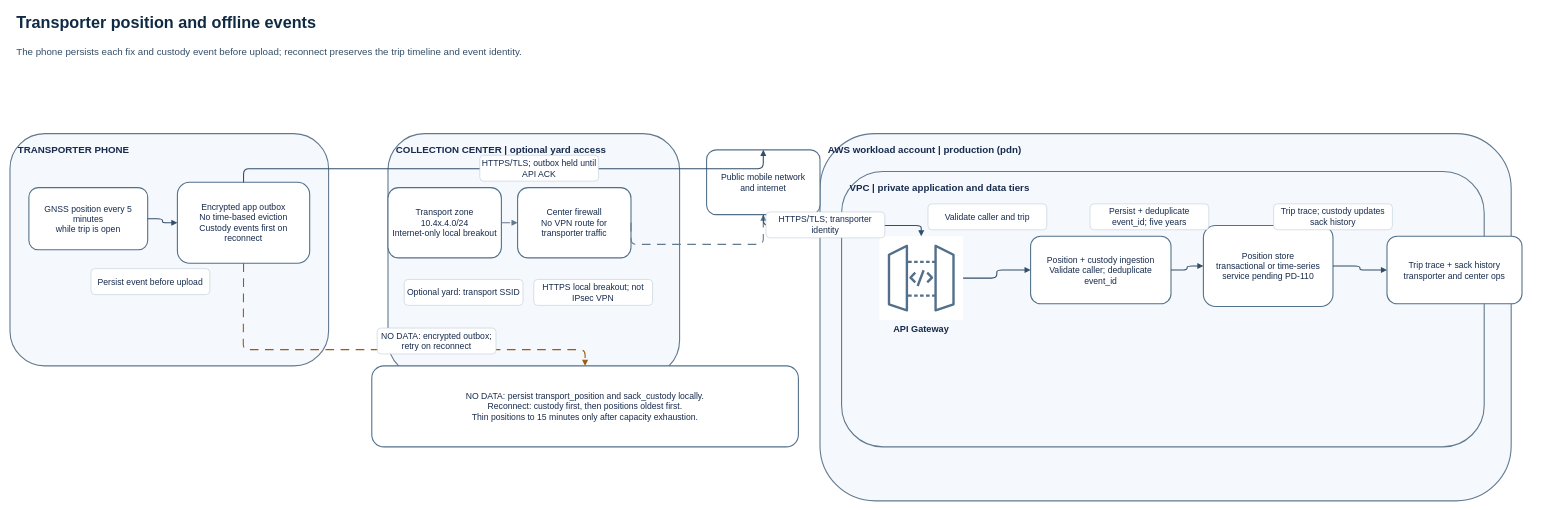
Before: data-paths/transporter-position.drawio in aroma-pacifico/aroma-pacifico-diagrams, a draw.io diagram. Source tidied: cells renumbered, new cells numbered last; positions are measured from the earlier drawing's top-left corner, leaving out a move shared by most shapes. Both pictures are drawn from the tidied source at 54%, with x=0, y=0 at pixel (10, 9).
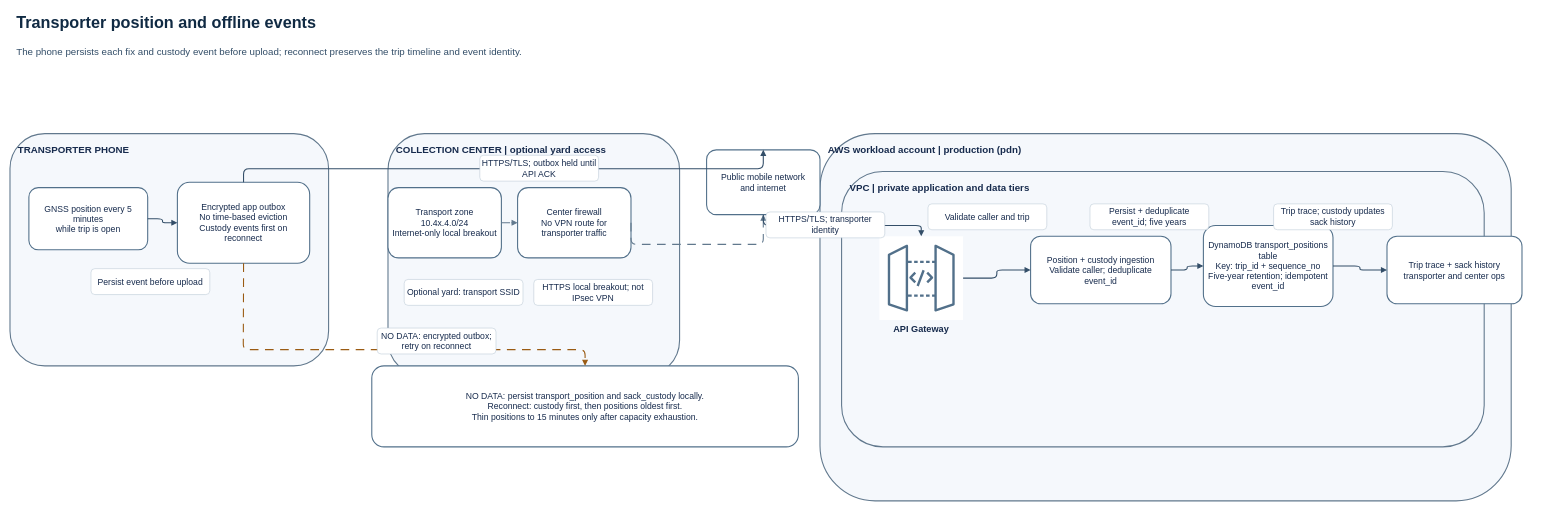
Above is the later version.

Change to the diagram source:
```diff
@@
-    <mxCell id="15" value="Position store&#10;transactional or time-series&#10;service pending PD-110" style="rounded=1;whiteSpace=wrap;html=1;fillColor=#ffffff;strokeColor=#52708a;strokeWidth=2;fontColor=#172b4d;fontSize=16;align=center;verticalAlign=middle;spacing=8;" parent="1" vertex="1">
+    <mxCell id="15" value="DynamoDB transport_positions table&#10;Key: trip_id + sequence_no&#10;Five-year retention; idempotent event_id" style="rounded=1;whiteSpace=wrap;html=1;fillColor=#ffffff;strokeColor=#52708a;strokeWidth=2;fontColor=#172b4d;fontSize=16;align=center;verticalAlign=middle;spacing=8;" parent="1" vertex="1">
       <mxGeometry x="2210" y="400" width="240" height="150" as="geometry" />
     </mxCell>
```
